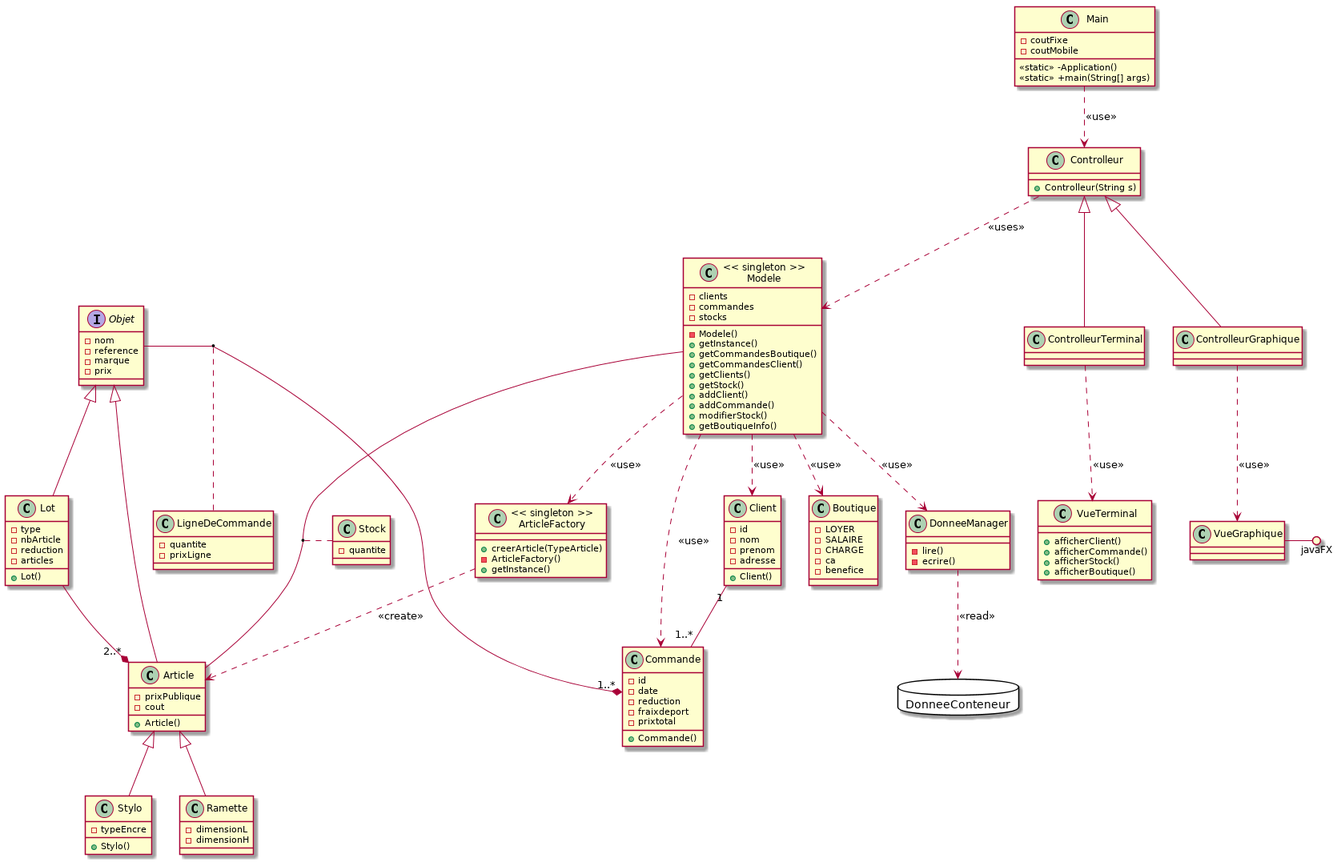
The PlantUML diagram doc/class.png in Yoanr/GestionBoutique, before a commit. Source of this version:
```plantuml
@startuml

database "DonneeConteneur" {
}

class Client {
+Client()
-id
-nom
-prenom
-adresse
}

class Commande {
+Commande()
-id
-date
-reduction
-fraixdeport
-prixtotal

}

class Boutique {
-LOYER
-SALAIRE
-CHARGE
-ca
-benefice

}

class Article {
+Article()
-prixPublique
-cout
}


class Main{
-coutFixe
-coutMobile
<<static>> -Application()
<<static>> +main(String[] args)
}

class Lot{
+Lot()
-type
-nbArticle
-reduction
-articles
}
interface Objet{
-nom
-reference
-marque
-prix
}

class LigneDeCommande{
-quantite
-prixLigne
}

class Stylo{
+Stylo()
-typeEncre
}

class Ramette{
-dimensionL
-dimensionH
}

class "<< singleton >>\nArticleFactory" as ArticleFactory{
+creerArticle(TypeArticle)
-ArticleFactory()
+getInstance()
}


class Stock{
-quantite
}

class "<< singleton >>\nModele" as Modele{
-Modele()
+getInstance()
-clients
-commandes
-stocks

+getCommandesBoutique()
+getCommandesClient()
+getClients()
+getStock()
+addClient()
+addCommande()
+modifierStock()
+getBoutiqueInfo()

}
class Controlleur{
+Controlleur(String s)
}

class ControlleurTerminal{
}
class ControlleurGraphique{
}

class VueTerminal{
+afficherClient()
+afficherCommande()
+afficherStock()
+afficherBoutique()
}


class DonneeManager{
-lire()
-ecrire()
}





Client "1" -- "1..*" Commande
Article -up-|> Objet
Lot -up-|> Objet
Lot --* "2..*" Article
Stylo -up-|> Article
Ramette -up-|> Article
Objet "1..*" *-left- Commande
(Objet, Commande) .. LigneDeCommande

ArticleFactory ..> Article : "<< create >>"

Modele  --  Article
(Modele, Article) .. Stock
Modele ..> ArticleFactory : "<< use >>"
Modele ..> Boutique : "<< use >>"
Modele ..> Client : << use >>
Modele ..> Commande : << use >>
Modele ..> DonneeManager : << use >>

DonneeManager ..> DonneeConteneur : << read >>

ControlleurGraphique -up-|> Controlleur
ControlleurTerminal -up-|> Controlleur

Controlleur ..> Modele : << uses >>

ControlleurTerminal ..> VueTerminal : << use >>
ControlleurGraphique ..> VueGraphique : << use >>
VueGraphique -() javaFX


Main ..> Controlleur : << use >>
@enduml
```
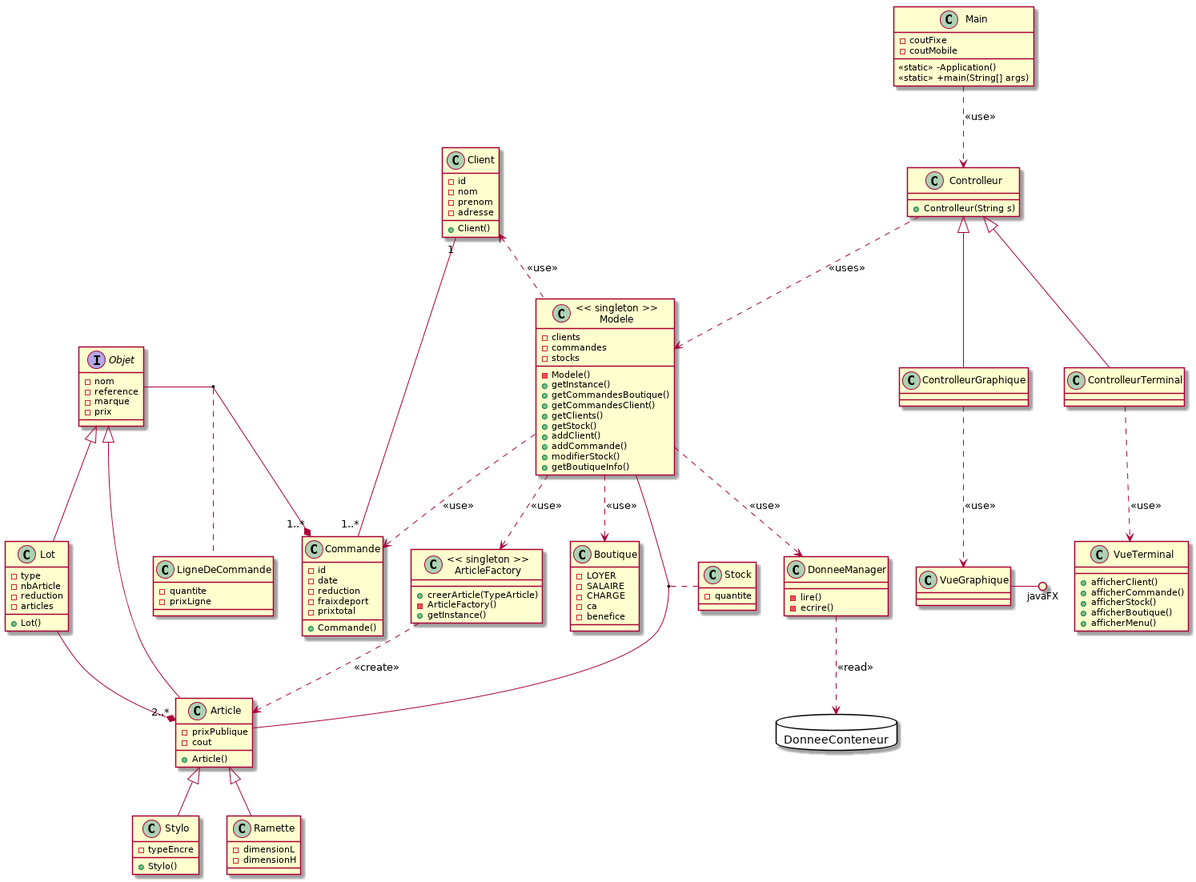
Later version of the same file.

Change to the diagram source:
```diff
@@ -115,6 +115,7 @@
 +afficherCommande()
 +afficherStock()
 +afficherBoutique()
++afficherMenu()
 }
 
 
@@ -142,7 +143,7 @@
 (Modele, Article) .. Stock
 Modele ..> ArticleFactory : "<< use >>"
 Modele ..> Boutique : "<< use >>"
-Modele ..> Client : << use >>
+Modele .up.> Client : << use >>
 Modele ..> Commande : << use >>
 Modele ..> DonneeManager : << use >>
 
```
